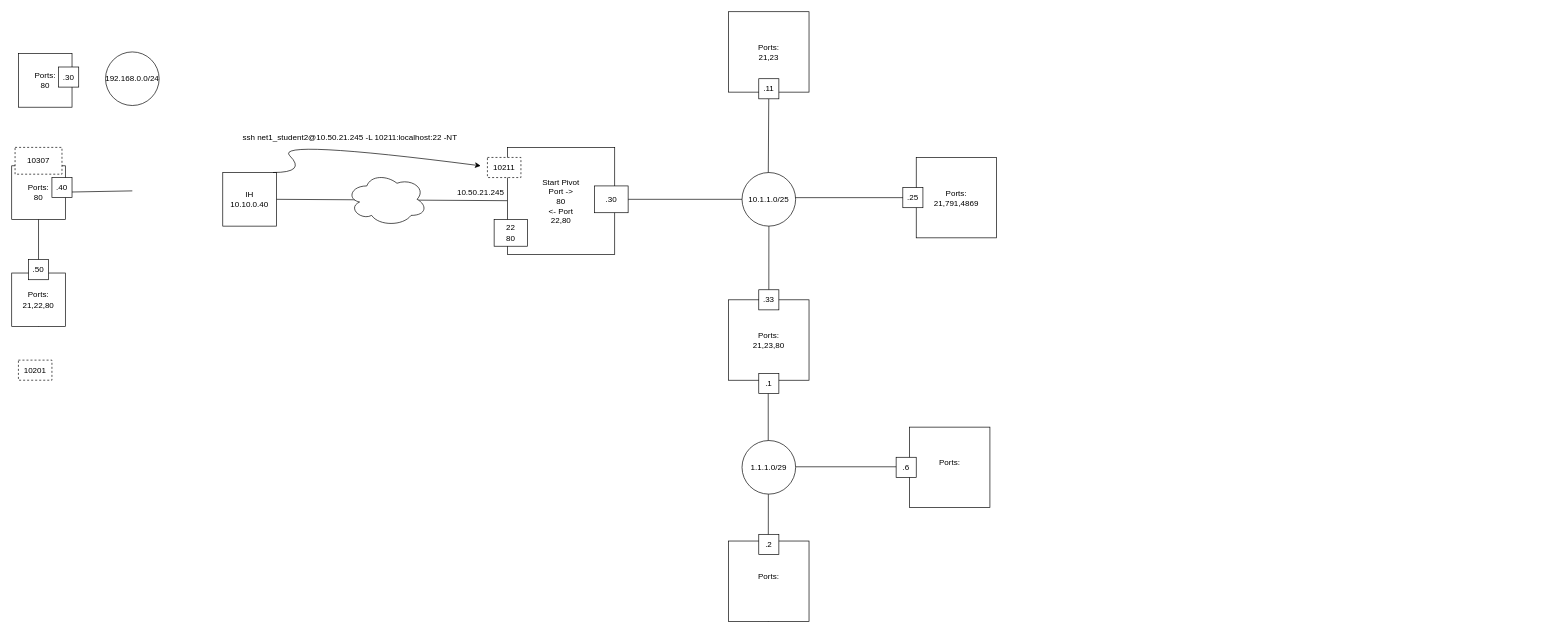
AmericanFrench/BLOG keeps this draw.io diagram as page "Page-4" (4 of 4) of Notes.drawio. Above is the earlier version. Source tidied: cells renumbered, new cells numbered last; positions are measured from the earlier drawing's top-left corner, leaving out a move shared by most shapes. Both pictures are drawn from the tidied source at 67%, with x=0, y=0 at pixel (11, 11).
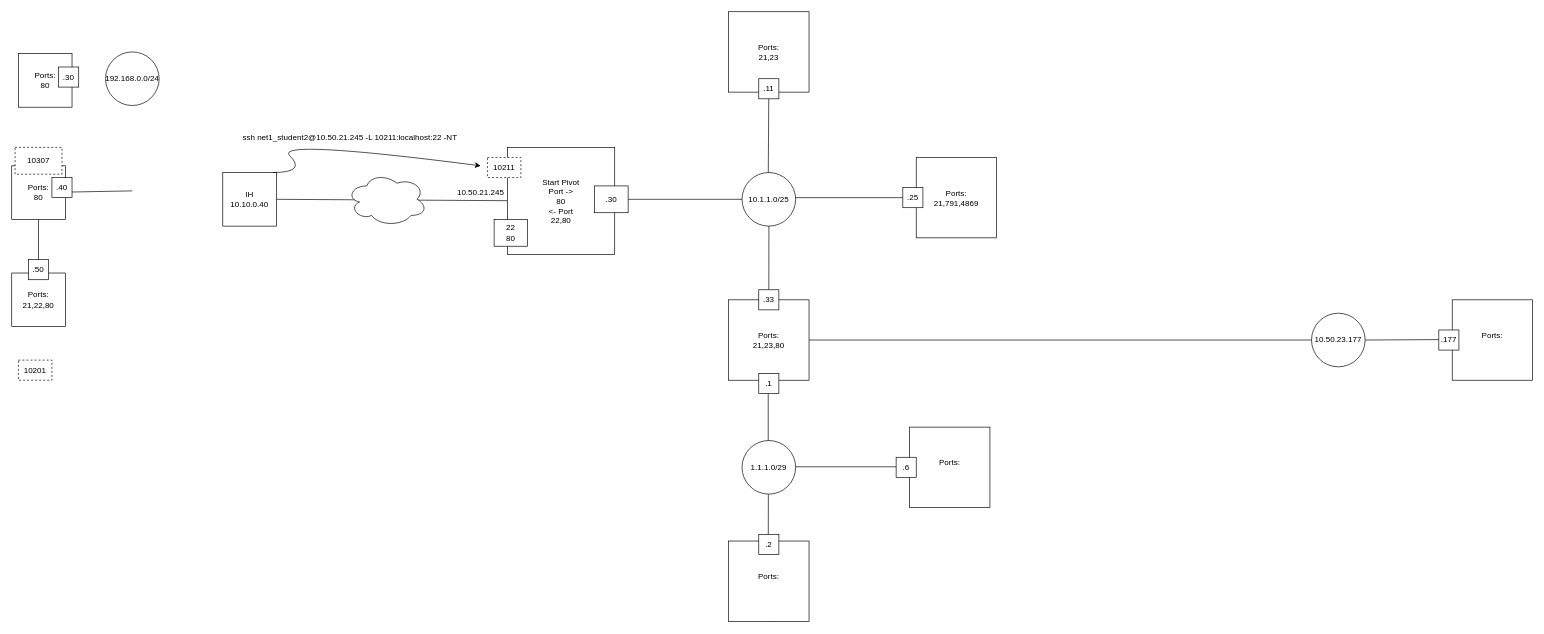
Above is the later version.

The change refers to these unchanged cells:
```xml
<mxCell id="38" value="&lt;div&gt;Ports:&lt;/div&gt;&lt;div&gt;21,23,80&lt;br&gt;&lt;/div&gt;" style="whiteSpace=wrap;html=1;" parent="1" vertex="1">
  <mxGeometry x="1070" y="430" width="120" height="120" as="geometry" />
</mxCell>
```

Change to the diagram source:
```diff
@@
+    <mxCell id="51" style="endArrow=none;html=1;rounded=0;startArrow=none;" parent="1" edge="1" source="55">
+      <mxGeometry relative="1" as="geometry">
+        <mxPoint x="2160" y="489.2" as="targetPoint" />
+      </mxGeometry>
+    </mxCell>
+    <mxCell id="52" value="&lt;div&gt;Ports:&lt;/div&gt;&lt;div&gt;&lt;br&gt;&lt;/div&gt;" style="whiteSpace=wrap;html=1;" parent="1" vertex="1">
+      <mxGeometry x="2150" y="430" width="120" height="120" as="geometry" />
+    </mxCell>
+    <mxCell id="53" value=".177" style="rounded=0;whiteSpace=wrap;html=1;" parent="1" vertex="1">
+      <mxGeometry x="2130" y="475" width="30" height="30" as="geometry" />
+    </mxCell>
+    <mxCell id="54" style="endArrow=none;html=1;rounded=0;startArrow=none;" parent="1" edge="1" source="38" target="55">
+      <mxGeometry relative="1" as="geometry" />
+    </mxCell>
+    <mxCell id="55" value="10.50.23.177" style="ellipse;whiteSpace=wrap;html=1;" parent="1" vertex="1">
+      <mxGeometry x="1940" y="450" width="80" height="80" as="geometry" />
+    </mxCell>
```
